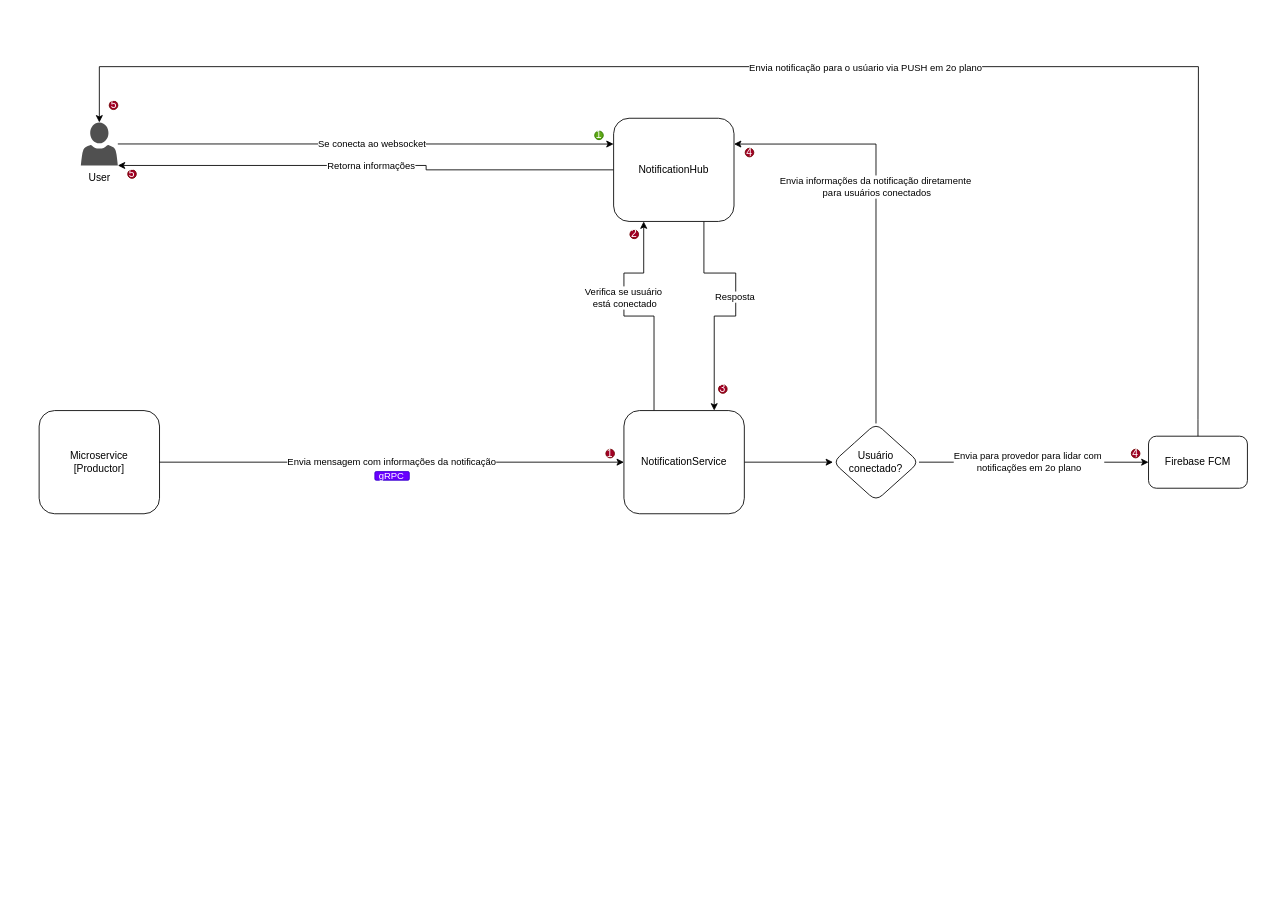
The draw.io diagram page "NotificationService" (16 of 34) of Architecture.drawio in AlanEdward19/ShapeUp, before the edit. Source tidied: cells renumbered, new cells numbered last; positions are measured from the earlier drawing's top-left corner, leaving out a move shared by most shapes. Both pictures are drawn from the tidied source at 86%, with x=0, y=0 at pixel (39, 66).
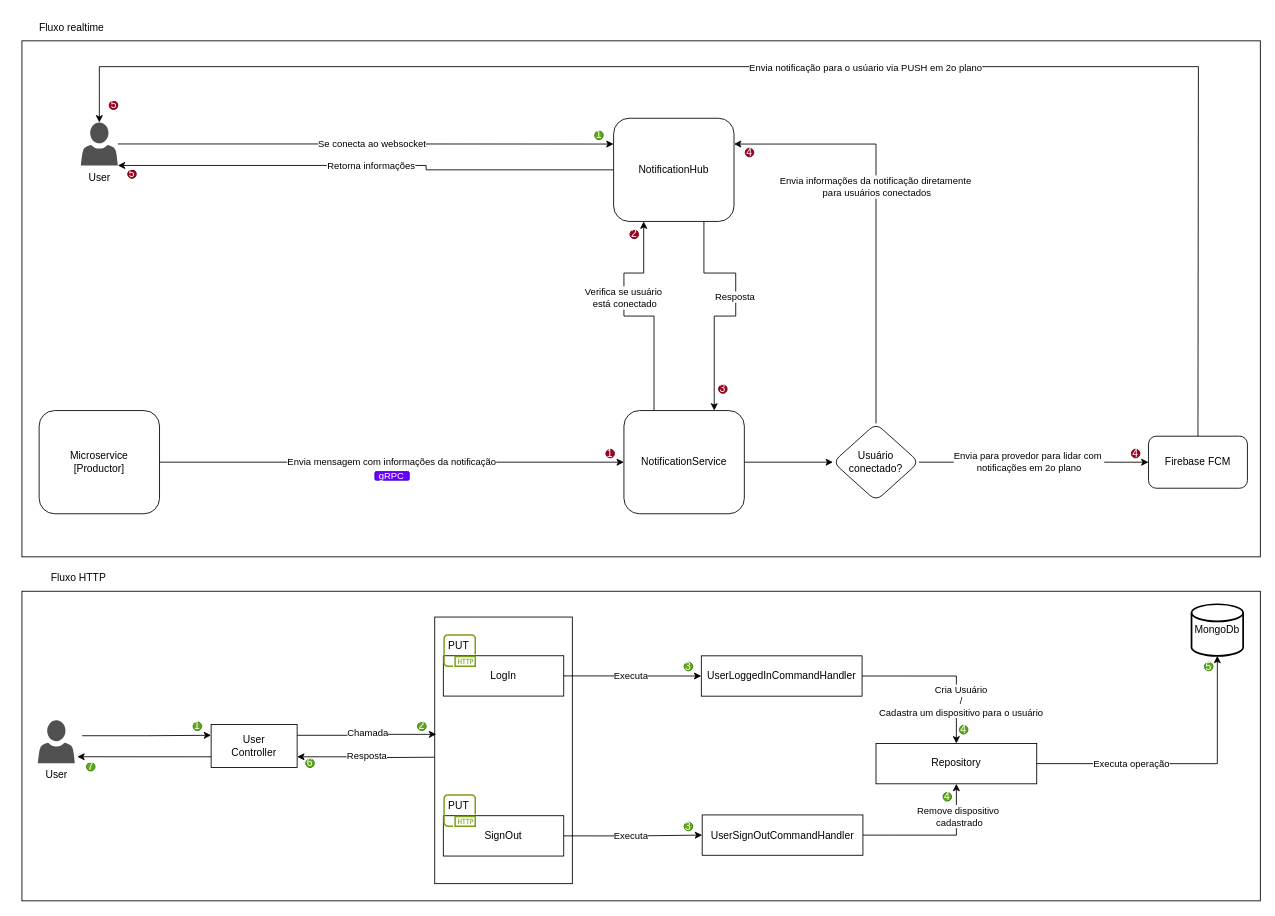
Above is the later version.

Diff of the diagram source:
```diff
@@
+    <mxCell id="34" style="whiteSpace=wrap;html=1;fillColor=none;" parent="1" vertex="1">
+      <mxGeometry x="460" y="640" width="160" height="310" as="geometry" />
+    </mxCell>
+    <mxCell id="35" style="whiteSpace=wrap;html=1;fillColor=none;" parent="1" vertex="1">
+      <mxGeometry x="-20" y="-30" width="1440" height="600" as="geometry" />
+    </mxCell>
@@
+    <mxCell id="36" value="Fluxo realtime" style="text;strokeColor=none;align=center;fillColor=none;html=1;verticalAlign=middle;whiteSpace=wrap;rounded=0;" parent="1" vertex="1">
+      <mxGeometry x="-28.5" y="-60" width="131.5" height="30" as="geometry" />
+    </mxCell>
+    <mxCell id="37" style="edgeStyle=orthogonalEdgeStyle;rounded=0;jettySize=auto;html=1;entryX=0;entryY=0.25;entryDx=0;entryDy=0;" parent="1" edge="1" target="51">
+      <mxGeometry relative="1" as="geometry">
+        <mxPoint x="50" y="778" as="sourcePoint" />
+        <Array as="points">
+          <mxPoint x="125" y="778" />
+        </Array>
+      </mxGeometry>
+    </mxCell>
+    <mxCell id="38" value="User" style="sketch=0;shadow=0;dashed=0;html=1;strokeColor=none;labelPosition=center;verticalLabelPosition=bottom;verticalAlign=top;align=center;fillColor=#505050;shape=mxgraph.mscae.intune.account_portal;" parent="1" vertex="1">
+      <mxGeometry x="-1.5" y="760" width="43" height="50" as="geometry" />
+    </mxCell>
+    <mxCell id="39" style="group;" parent="1" vertex="1">
+      <mxGeometry x="470" y="660" width="140" height="75" as="geometry" />
+    </mxCell>
+    <mxCell id="40" value="LogIn" style="whiteSpace=wrap;html=1;" parent="39" vertex="1">
+      <mxGeometry y="25" width="140" height="46.9" as="geometry" />
+    </mxCell>
+    <mxCell id="41" style="group;" parent="39" vertex="1">
+      <mxGeometry width="38" height="38" as="geometry" />
+    </mxCell>
+    <mxCell id="42" style="sketch=0;fontColor=#232F3E;gradientColor=none;fillColor=#7AA116;strokeColor=none;dashed=0;verticalLabelPosition=bottom;verticalAlign=top;align=center;html=1;fontSize=12;fontStyle=0;shape=mxgraph.aws4.http_protocol;" parent="41" vertex="1">
+      <mxGeometry width="38" height="38" as="geometry" />
+    </mxCell>
+    <mxCell id="43" value="PUT" style="text;whiteSpace=wrap;fillColor=none;" parent="41" vertex="1">
+      <mxGeometry x="4" width="30" height="20" as="geometry" />
+    </mxCell>
+    <mxCell id="44" style="group;" parent="1" vertex="1">
+      <mxGeometry x="470" y="846" width="140" height="75" as="geometry" />
+    </mxCell>
+    <mxCell id="45" value="SignOut" style="whiteSpace=wrap;html=1;" parent="44" vertex="1">
+      <mxGeometry y="25" width="140" height="46.9" as="geometry" />
+    </mxCell>
+    <mxCell id="46" style="group;" parent="44" vertex="1">
+      <mxGeometry width="38" height="38" as="geometry" />
+    </mxCell>
+    <mxCell id="47" style="sketch=0;fontColor=#232F3E;gradientColor=none;fillColor=#7AA116;strokeColor=none;dashed=0;verticalLabelPosition=bottom;verticalAlign=top;align=center;html=1;fontSize=12;fontStyle=0;shape=mxgraph.aws4.http_protocol;" parent="46" vertex="1">
+      <mxGeometry width="38" height="38" as="geometry" />
+    </mxCell>
+    <mxCell id="48" value="PUT" style="text;whiteSpace=wrap;fillColor=none;" parent="46" vertex="1">
+      <mxGeometry x="4" width="30" height="20" as="geometry" />
+    </mxCell>
+    <mxCell id="49" style="edgeStyle=orthogonalEdgeStyle;rounded=0;jettySize=auto;html=1;entryX=1;entryY=0.75;entryDx=0;entryDy=0;" parent="1" edge="1" target="51">
+      <mxGeometry relative="1" as="geometry">
+        <mxPoint x="460" y="803" as="sourcePoint" />
+      </mxGeometry>
+    </mxCell>
+    <mxCell id="50" value="Resposta" style="edgeLabel;html=1;align=center;verticalAlign=middle;" parent="49" vertex="1">
+      <mxGeometry x="0.27" y="-2" relative="1" as="geometry">
+        <mxPoint x="21" y="1" as="offset" />
+      </mxGeometry>
+    </mxCell>
+    <mxCell id="51" value="User&lt;div&gt;Controller&lt;/div&gt;" style="whiteSpace=wrap;html=1;" parent="1" vertex="1">
+      <mxGeometry x="200" y="765" width="100" height="50" as="geometry" />
+    </mxCell>
+    <mxCell id="52" style="edgeStyle=orthogonalEdgeStyle;rounded=0;jettySize=auto;html=1;exitX=0;exitY=0.75;exitDx=0;exitDy=0;entryX=1.067;entryY=0.849;entryDx=0;entryDy=0;entryPerimeter=0;" parent="1" edge="1" source="51" target="38">
+      <mxGeometry relative="1" as="geometry" />
+    </mxCell>
+    <mxCell id="53" style="edgeStyle=orthogonalEdgeStyle;rounded=0;jettySize=auto;html=1;exitX=1;exitY=0.25;exitDx=0;exitDy=0;entryX=0.011;entryY=0.44;entryDx=0;entryDy=0;entryPerimeter=0;" parent="1" edge="1" source="51" target="34">
+      <mxGeometry relative="1" as="geometry" />
+    </mxCell>
+    <mxCell id="54" value="Chamada" style="edgeLabel;html=1;align=center;verticalAlign=middle;" parent="53" vertex="1">
+      <mxGeometry x="-0.16" relative="1" as="geometry">
+        <mxPoint x="13" y="-3" as="offset" />
+      </mxGeometry>
+    </mxCell>
+    <mxCell id="55" value="1" style="ellipse;whiteSpace=wrap;html=1;fillColor=#60a917;fontColor=#ffffff;strokeColor=#2D7600;" parent="1" vertex="1">
+      <mxGeometry x="179" y="762" width="10" height="10" as="geometry" />
+    </mxCell>
+    <mxCell id="56" value="2" style="ellipse;whiteSpace=wrap;html=1;fillColor=#60a917;fontColor=#ffffff;strokeColor=#2D7600;" parent="1" vertex="1">
+      <mxGeometry x="440" y="762" width="10" height="10" as="geometry" />
+    </mxCell>
+    <mxCell id="57" style="edgeStyle=orthogonalEdgeStyle;rounded=0;jettySize=auto;html=1;exitX=1;exitY=0.5;exitDx=0;exitDy=0;entryX=0.5;entryY=0;entryDx=0;entryDy=0;" parent="1" edge="1" source="59" target="67">
+      <mxGeometry relative="1" as="geometry" />
+    </mxCell>
+    <mxCell id="58" value="Cria Usuário&lt;div&gt;&amp;nbsp;/&amp;nbsp;&lt;div&gt;Cadastra um dispositivo para o usuário&lt;/div&gt;&lt;/div&gt;" style="edgeLabel;html=1;align=center;verticalAlign=middle;" parent="57" vertex="1">
+      <mxGeometry x="-0.33" y="-1" relative="1" as="geometry">
+        <mxPoint x="52" y="28" as="offset" />
+      </mxGeometry>
+    </mxCell>
+    <mxCell id="59" value="UserLoggedInCommandHandler" style="whiteSpace=wrap;html=1;" parent="1" vertex="1">
+      <mxGeometry x="770" y="685.1" width="186.9" height="46.9" as="geometry" />
+    </mxCell>
+    <mxCell id="60" style="edgeStyle=orthogonalEdgeStyle;rounded=0;jettySize=auto;html=1;exitX=1;exitY=0.5;exitDx=0;exitDy=0;entryX=0;entryY=0.5;entryDx=0;entryDy=0;" parent="1" edge="1" source="40" target="59">
+      <mxGeometry relative="1" as="geometry" />
+    </mxCell>
+    <mxCell id="61" value="Executa" style="edgeLabel;html=1;align=center;verticalAlign=middle;" parent="60" vertex="1">
+      <mxGeometry x="-0.32" y="1" relative="1" as="geometry">
+        <mxPoint x="23" y="1" as="offset" />
+      </mxGeometry>
+    </mxCell>
+    <mxCell id="62" style="edgeStyle=orthogonalEdgeStyle;rounded=0;jettySize=auto;html=1;exitX=1;exitY=0.5;exitDx=0;exitDy=0;entryX=0.5;entryY=1;entryDx=0;entryDy=0;" parent="1" edge="1" source="64" target="67">
+      <mxGeometry relative="1" as="geometry" />
+    </mxCell>
+    <mxCell id="63" value="Remove dispositivo&amp;nbsp;&lt;div&gt;cadastrado&lt;/div&gt;" style="edgeLabel;html=1;align=center;verticalAlign=middle;" parent="62" vertex="1">
+      <mxGeometry x="-0.22" y="1" relative="1" as="geometry">
+        <mxPoint x="46" y="-21" as="offset" />
+      </mxGeometry>
+    </mxCell>
+    <mxCell id="64" value="UserSignOutCommandHandler" style="whiteSpace=wrap;html=1;" parent="1" vertex="1">
+      <mxGeometry x="771" y="870.1" width="186.9" height="46.9" as="geometry" />
+    </mxCell>
+    <mxCell id="65" style="edgeStyle=orthogonalEdgeStyle;rounded=0;jettySize=auto;html=1;exitX=1;exitY=0.5;exitDx=0;exitDy=0;entryX=0;entryY=0.5;entryDx=0;entryDy=0;" parent="1" edge="1" source="45" target="64">
+      <mxGeometry relative="1" as="geometry" />
+    </mxCell>
+    <mxCell id="66" value="Executa" style="edgeLabel;html=1;align=center;verticalAlign=middle;" parent="65" vertex="1">
+      <mxGeometry x="-0.13" y="1" relative="1" as="geometry">
+        <mxPoint x="7" as="offset" />
+      </mxGeometry>
+    </mxCell>
+    <mxCell id="67" value="Repository" style="whiteSpace=wrap;html=1;" parent="1" vertex="1">
+      <mxGeometry x="973.1" y="787" width="186.9" height="46.9" as="geometry" />
+    </mxCell>
+    <mxCell id="68" value="MongoDb" style="strokeWidth=2;html=1;shape=mxgraph.flowchart.database;whiteSpace=wrap;" parent="1" vertex="1">
+      <mxGeometry x="1340" y="625.1" width="60" height="60" as="geometry" />
+    </mxCell>
+    <mxCell id="69" style="edgeStyle=orthogonalEdgeStyle;rounded=0;jettySize=auto;html=1;exitX=1;exitY=0.5;exitDx=0;exitDy=0;entryX=0.5;entryY=1;entryDx=0;entryDy=0;entryPerimeter=0;" parent="1" edge="1" source="67" target="68">
+      <mxGeometry relative="1" as="geometry" />
+    </mxCell>
+    <mxCell id="70" value="Executa operação" style="edgeLabel;html=1;align=center;verticalAlign=middle;" parent="69" vertex="1">
+      <mxGeometry x="-0.49" relative="1" as="geometry">
+        <mxPoint x="24" as="offset" />
+      </mxGeometry>
+    </mxCell>
+    <mxCell id="71" value="3" style="ellipse;whiteSpace=wrap;html=1;fillColor=#60a917;fontColor=#ffffff;strokeColor=#2D7600;" parent="1" vertex="1">
+      <mxGeometry x="750" y="692.5" width="10" height="10" as="geometry" />
+    </mxCell>
+    <mxCell id="72" value="3" style="ellipse;whiteSpace=wrap;html=1;fillColor=#60a917;fontColor=#ffffff;strokeColor=#2D7600;" parent="1" vertex="1">
+      <mxGeometry x="750" y="878.5" width="10" height="10" as="geometry" />
+    </mxCell>
+    <mxCell id="73" value="4" style="ellipse;whiteSpace=wrap;html=1;fillColor=#60a917;fontColor=#ffffff;strokeColor=#2D7600;" parent="1" vertex="1">
+      <mxGeometry x="1051" y="844" width="10" height="10" as="geometry" />
+    </mxCell>
+    <mxCell id="74" value="4" style="ellipse;whiteSpace=wrap;html=1;fillColor=#60a917;fontColor=#ffffff;strokeColor=#2D7600;" parent="1" vertex="1">
+      <mxGeometry x="1070" y="766" width="10" height="10" as="geometry" />
+    </mxCell>
+    <mxCell id="75" value="5" style="ellipse;whiteSpace=wrap;html=1;fillColor=#60a917;fontColor=#ffffff;strokeColor=#2D7600;" parent="1" vertex="1">
+      <mxGeometry x="1355" y="692.5" width="10" height="10" as="geometry" />
+    </mxCell>
+    <mxCell id="76" value="6" style="ellipse;whiteSpace=wrap;html=1;fillColor=#60a917;fontColor=#ffffff;strokeColor=#2D7600;" parent="1" vertex="1">
+      <mxGeometry x="310" y="805" width="10" height="10" as="geometry" />
+    </mxCell>
+    <mxCell id="77" value="7" style="ellipse;whiteSpace=wrap;html=1;fillColor=#60a917;fontColor=#ffffff;strokeColor=#2D7600;" parent="1" vertex="1">
+      <mxGeometry x="55" y="809" width="10" height="10" as="geometry" />
+    </mxCell>
+    <mxCell id="78" style="whiteSpace=wrap;html=1;fillColor=none;" parent="1" vertex="1">
+      <mxGeometry x="-20" y="610" width="1440" height="360" as="geometry" />
+    </mxCell>
+    <mxCell id="79" value="Fluxo HTTP" style="text;strokeColor=none;align=center;fillColor=none;html=1;verticalAlign=middle;whiteSpace=wrap;rounded=0;" parent="1" vertex="1">
+      <mxGeometry x="-20" y="580" width="131.5" height="30" as="geometry" />
+    </mxCell>
```
